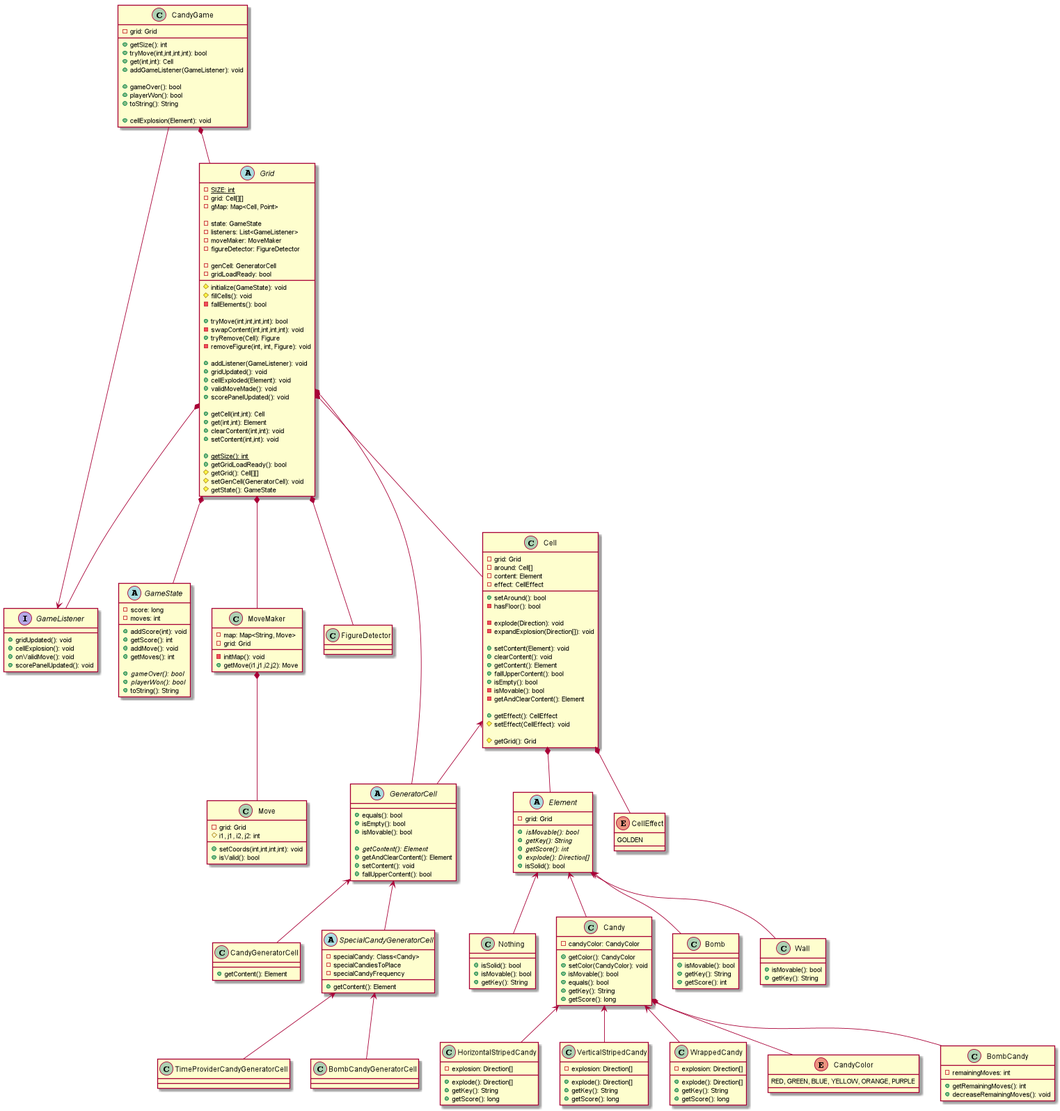
Before: backend.png, a diagram exported from PlantUML (matiapa/itba-poo-final). Source of this version:
```plantuml
@startuml



class CandyGame{
 - grid: Grid

 + getSize(): int
 + tryMove(int,int,int,int): bool
 + get(int,int): Cell
 + addGameListener(GameListener): void

 + gameOver(): bool
 + playerWon(): bool
 + toString(): String

 + cellExplosion(Element): void
}

CandyGame *-- Grid

GameListener <-- CandyGame



abstract class Grid{
 - {static} SIZE: int
 - grid: Cell[][]
 - gMap: Map<Cell, Point>

 - state: GameState
 - listeners: List<GameListener>
 - moveMaker: MoveMaker
 - figureDetector: FigureDetector

 - genCell: GeneratorCell
 - gridLoadReady: bool

 # initialize(GameState): void
 # fillCells(): void
 - fallElements(): bool

 + tryMove(int,int,int,int): bool
 - swapContent(int,int,int,int): void
 + tryRemove(Cell): Figure
 - removeFigure(int, int, Figure): void

 + addListener(GameListener): void
 + gridUpdated(): void
 + cellExploded(Element): void
 + validMoveMade(): void
 + scorePanelUpdated(): void

 + getCell(int,int): Cell
 + get(int,int): Element
 + clearContent(int,int): void
 + setContent(int,int): void

 + {static} getSize(): int
 + getGridLoadReady(): bool
 # getGrid(): Cell[][]
 # setGenCell(GeneratorCell): void
 # getState(): GameState

}

Grid *-- Cell
Grid *-- GameState
Grid *-- GameListener
Grid *-- MoveMaker
Grid *-- FigureDetector
Grid *-- GeneratorCell



abstract class GameState{
 - score: long
 - moves: int
 + addScore(int): void
 + getScore(): int
 + addMove(): void
 + getMoves(): int

 + {abstract} gameOver(): bool
 + {abstract} playerWon(): bool
 + toString(): String
}



interface GameListener{
 + gridUpdated(): void
 + cellExplosion(): void
 + onValidMove(): void
 + scorePanelUpdated(): void
}




class Cell{
 - grid: Grid
 - around: Cell[]
 - content: Element
 - effect: CellEffect

 + setAround(): bool
 - hasFloor(): bool

 - explode(Direction): void
 - expandExplosion(Direction[]): void

 + setContent(Element): void
 + clearContent(): void
 + getContent(): Element
 + fallUpperContent(): bool
 + isEmpty(): bool
 - isMovable(): bool
 - getAndClearContent(): Element

 + getEffect(): CellEffect
 # setEffect(CellEffect): void

 # getGrid(): Grid
}

Cell *-- Element
Cell *-- CellEffect



enum CellEffect{
 GOLDEN
}



abstract class GeneratorCell {
  + equals(): bool
  + isEmpty(): bool
  + isMovable(): bool

  + {abstract} getContent(): Element
  + getAndClearContent(): Element
  + setContent(): void
  + fallUpperContent(): bool
}

Cell <-- GeneratorCell



class CandyGeneratorCell {
  + getContent(): Element
}

GeneratorCell <-- CandyGeneratorCell



abstract class SpecialCandyGeneratorCell{
 - specialCandy: Class<Candy>
 - specialCandiesToPlace
 - specialCandyFrequency
 + getContent(): Element
}

GeneratorCell <-- SpecialCandyGeneratorCell



class BombCandyGeneratorCell {

}

SpecialCandyGeneratorCell <-- BombCandyGeneratorCell



class TimeProviderCandyGeneratorCell {

}

SpecialCandyGeneratorCell <-- TimeProviderCandyGeneratorCell





abstract class Element{
 - grid: Grid
 + {abstract} isMovable(): bool
 + {abstract} getKey(): String
 + {abstract} getScore(): int
 + {abstract} explode(): Direction[]
 + isSolid(): bool
}



class Bomb{
 + isMovable(): bool
 + getKey(): String
 + getScore(): int
}

Element <-- Bomb



class Wall{
 + isMovable(): bool
 + getKey(): String
}

Element <-- Wall



class Nothing{
 + isSolid(): bool
 + isMovable(): bool
 + getKey(): String
}

Element <-- Nothing



class Candy{
 - candyColor: CandyColor
 + getColor(): CandyColor
 + setColor(CandyColor): void
 + isMovable(): bool
 + equals(): bool
 + getKey(): String
 + getScore(): long
}

Element <-- Candy
Candy *-- CandyColor



enum CandyColor{
 RED, GREEN, BLUE, YELLOW, ORANGE, PURPLE
}



class BombCandy{
 - remainingMoves: int
 + getRemainingMoves(): int
 + decreaseRemainingMoves(): void
}

Candy <-- BombCandy



class HorizontalStripedCandy{
 - explosion: Direction[]
 + explode(): Direction[]
 + getKey(): String
 + getScore(): long
}

Candy <-- HorizontalStripedCandy



class VerticalStripedCandy{
 - explosion: Direction[]
 + explode(): Direction[]
 + getKey(): String
 + getScore(): long
}

Candy <-- VerticalStripedCandy



class WrappedCandy{
 - explosion: Direction[]
 + explode(): Direction[]
 + getKey(): String
 + getScore(): long
}

Candy <-- WrappedCandy





class MoveMaker{
 - map: Map<String, Move>
 - grid: Grid
 - initMap(): void
 + getMove(i1,j1,i2,j2): Move
}

MoveMaker *-- Move




class Move{
 - grid: Grid
 # i1, j1, i2, j2: int
 + setCoords(int,int,int,int): void
 + isValid(): bool
}


@enduml
```
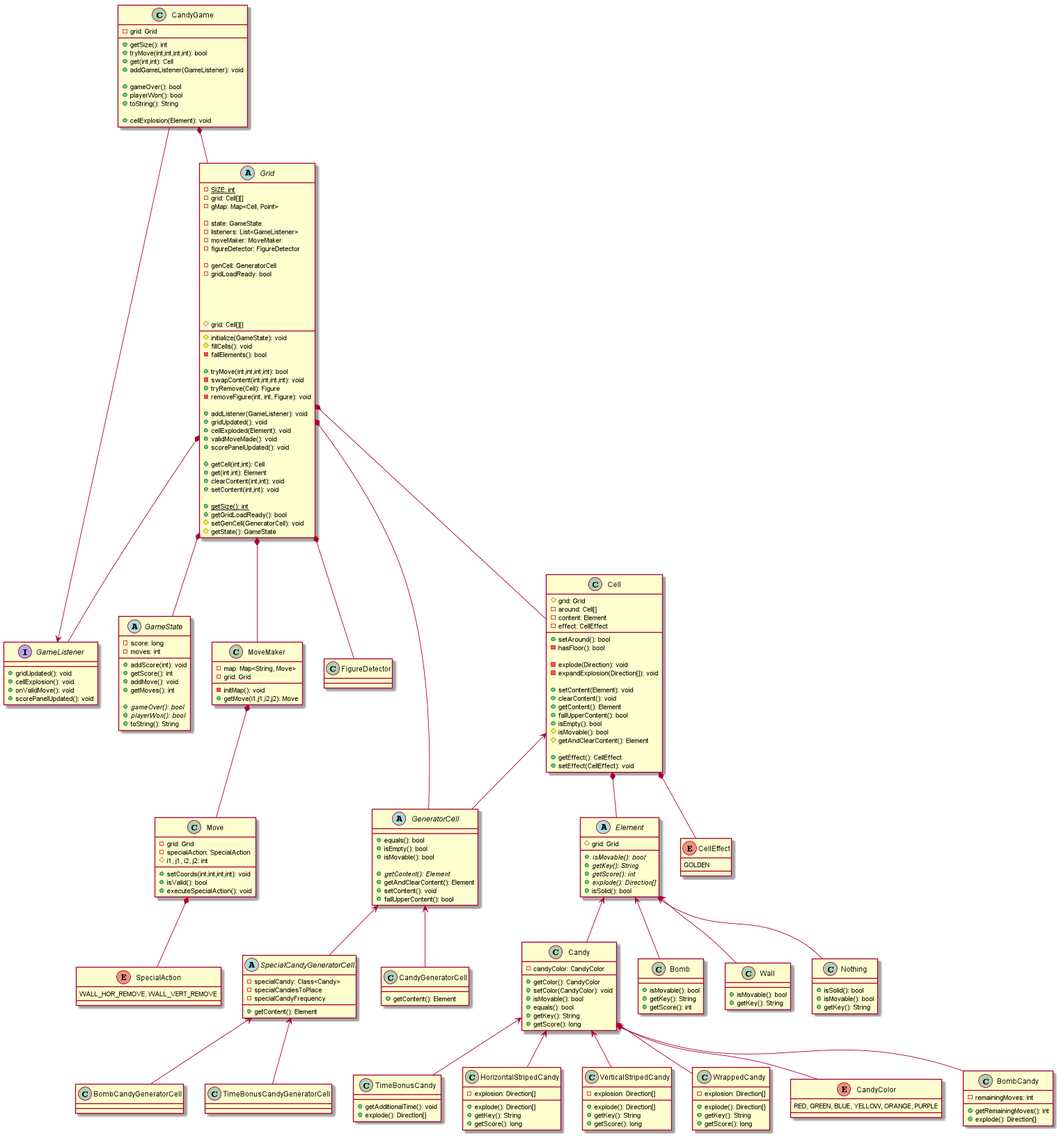
Later version of the same file.

Commit message:
Diagramas de clases actualizados

The edit, as a diff of the source:
```diff
@@ -58,7 +58,7 @@
 
  + {static} getSize(): int
  + getGridLoadReady(): bool
- # getGrid(): Cell[][]
+ # grid: Cell[][]
  # setGenCell(GeneratorCell): void
  # getState(): GameState
 
@@ -99,7 +99,7 @@
 
 
 class Cell{
- - grid: Grid
+ # grid: Grid
  - around: Cell[]
  - content: Element
  - effect: CellEffect
@@ -115,13 +115,11 @@
  + getContent(): Element
  + fallUpperContent(): bool
  + isEmpty(): bool
- - isMovable(): bool
- - getAndClearContent(): Element
+ # isMovable(): bool
+ # getAndClearContent(): Element
 
  + getEffect(): CellEffect
- # setEffect(CellEffect): void
-
- # getGrid(): Grid
+ + setEffect(CellEffect): void
 }
 
 Cell *-- Element
@@ -177,18 +175,18 @@
 
 
 
-class TimeProviderCandyGeneratorCell {
+class TimeBonusCandyGeneratorCell {
 
 }
 
-SpecialCandyGeneratorCell <-- TimeProviderCandyGeneratorCell
+SpecialCandyGeneratorCell <-- TimeBonusCandyGeneratorCell
 
 
 
 
 
 abstract class Element{
- - grid: Grid
+ # grid: Grid
  + {abstract} isMovable(): bool
  + {abstract} getKey(): String
  + {abstract} getScore(): int
@@ -251,10 +249,19 @@
 class BombCandy{
  - remainingMoves: int
  + getRemainingMoves(): int
- + decreaseRemainingMoves(): void
+ + explode(): Direction[]
 }
 
 Candy <-- BombCandy
+
+
+
+class TimeBonusCandy{
+ + getAdditionalTime(): void
+ + explode(): Direction[]
+}
+
+Candy <-- TimeBonusCandy
 
 
 
@@ -307,9 +314,19 @@
 
 class Move{
  - grid: Grid
+ - specialAction: SpecialAction
  # i1, j1, i2, j2: int
  + setCoords(int,int,int,int): void
  + isValid(): bool
+ + executeSpecialAction(): void
+}
+
+Move *-- SpecialAction
+
+
+
+enum SpecialAction{
+ WALL_HOR_REMOVE, WALL_VERT_REMOVE
 }
 
 
```
